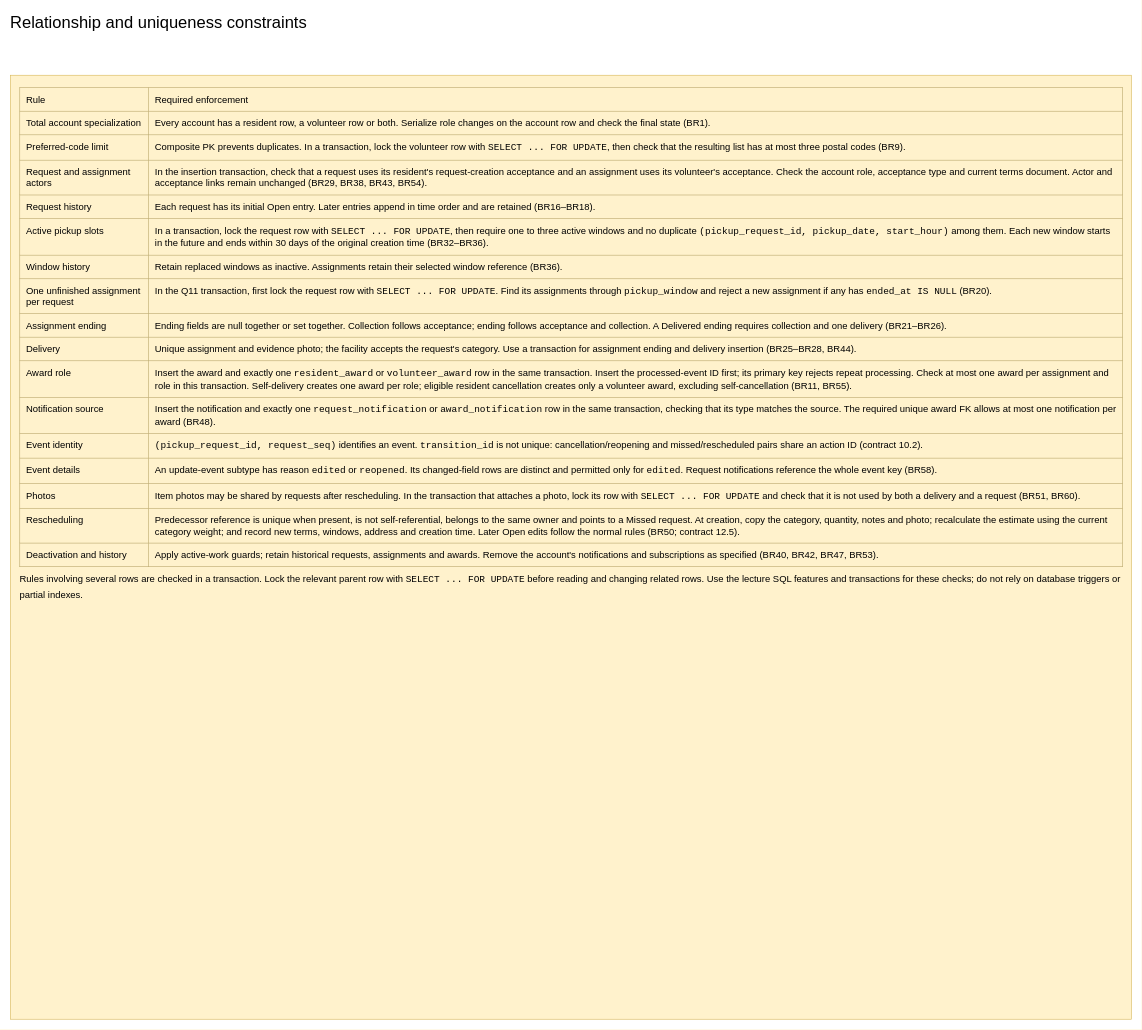
Above: page "Relationship and uniqueness constraints" (5 of 6) of docs/Final Submission/ENSF608/2. Logical model/Logical Database Model.drawio in dannydufau/ecocollect (draw.io), before the change. Source tidied: cells renumbered, new cells numbered last; positions are measured from the earlier drawing's top-left corner, leaving out a move shared by most shapes. Both pictures are drawn from the tidied source at 59%, with x=0, y=0 at pixel (10, 10).
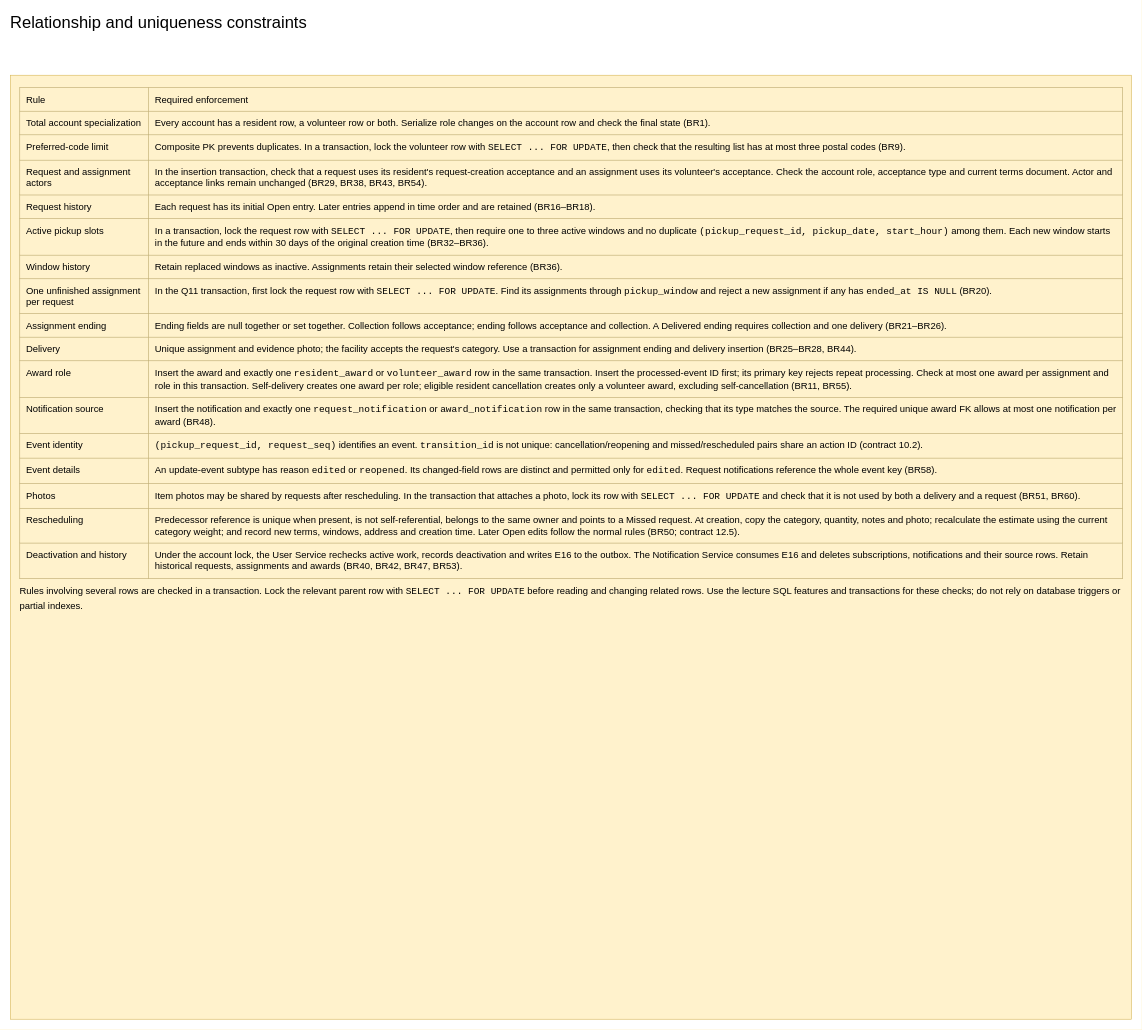
The same diagram, later.

Commit message (it also covers changes not shown here):
Align ENSF 608 models with the database contract

What changed in the source:
```diff
@@
 <mxGraphModel>
   <root>
     <mxCell id="0" />
     <mxCell id="1" parent="0" />
     <mxCell id="2" value="Relationship and uniqueness constraints" style="text;html=1;whiteSpace=wrap;align=left;verticalAlign=top;fontFamily=Helvetica;fontSize=28;fontColor=#000000;spacing=0;" parent="1" vertex="1">
       <mxGeometry width="1850" height="70" as="geometry" />
     </mxCell>
-    <mxCell id="3" value="&lt;table style=&quot;width:100%;border-collapse:collapse;font-size:16px&quot;&gt;&lt;tr&gt;&lt;td style=&quot;border:1px solid #b9a76c;padding:10px;vertical-align:top&quot;&gt;Rule&lt;/td&gt;&lt;td style=&quot;border:1px solid #b9a76c;padding:10px;vertical-align:top&quot;&gt;Required enforcement&lt;/td&gt;&lt;/tr&gt;&lt;tr&gt;&lt;td style=&quot;border:1px solid #b9a76c;padding:10px;vertical-align:top&quot;&gt;Total account specialization&lt;/td&gt;&lt;td style=&quot;border:1px solid #b9a76c;padding:10px;vertical-align:top&quot;&gt;Every account has a resident row, a volunteer row or both. Serialize role changes on the account row and check the final state (BR1).&lt;/td&gt;&lt;/tr&gt;&lt;tr&gt;&lt;td style=&quot;border:1px solid #b9a76c;padding:10px;vertical-align:top&quot;&gt;Preferred-code limit&lt;/td&gt;&lt;td style=&quot;border:1px solid #b9a76c;padding:10px;vertical-align:top&quot;&gt;Composite PK prevents duplicates. In a transaction, lock the volunteer row with &lt;code&gt;SELECT ... FOR UPDATE&lt;/code&gt;, then check that the resulting list has at most three postal codes (BR9).&lt;/td&gt;&lt;/tr&gt;&lt;tr&gt;&lt;td style=&quot;border:1px solid #b9a76c;padding:10px;vertical-align:top&quot;&gt;Request and assignment actors&lt;/td&gt;&lt;td style=&quot;border:1px solid #b9a76c;padding:10px;vertical-align:top&quot;&gt;In the insertion transaction, check that a request uses its resident&amp;#x27;s request-creation acceptance and an assignment uses its volunteer&amp;#x27;s acceptance. Check the account role, acceptance type and current terms document. Actor and acceptance links remain unchanged (BR29, BR38, BR43, BR54).&lt;/td&gt;&lt;/tr&gt;&lt;tr&gt;&lt;td style=&quot;border:1px solid #b9a76c;padding:10px;vertical-align:top&quot;&gt;Request history&lt;/td&gt;&lt;td style=&quot;border:1px solid #b9a76c;padding:10px;vertical-align:top&quot;&gt;Each request has its initial Open entry. Later entries append in time order and are retained (BR16–BR18).&lt;/td&gt;&lt;/tr&gt;&lt;tr&gt;&lt;td style=&quot;border:1px solid #b9a76c;padding:10px;vertical-align:top&quot;&gt;Active pickup slots&lt;/td&gt;&lt;td style=&quot;border:1px solid #b9a76c;padding:10px;vertical-align:top&quot;&gt;In a transaction, lock the request row with &lt;code&gt;SELECT ... FOR UPDATE&lt;/code&gt;, then require one to three active windows and no duplicate &lt;code&gt;(pickup_request_id, pickup_date, start_hour)&lt;/code&gt; among them. Each new window starts in the future and ends within 30 days of the original creation time (BR32–BR36).&lt;/td&gt;&lt;/tr&gt;&lt;tr&gt;&lt;td style=&quot;border:1px solid #b9a76c;padding:10px;vertical-align:top&quot;&gt;Window history&lt;/td&gt;&lt;td style=&quot;border:1px solid #b9a76c;padding:10px;vertical-align:top&quot;&gt;Retain replaced windows as inactive. Assignments retain their selected window reference (BR36).&lt;/td&gt;&lt;/tr&gt;&lt;tr&gt;&lt;td style=&quot;border:1px solid #b9a76c;padding:10px;vertical-align:top&quot;&gt;One unfinished assignment per request&lt;/td&gt;&lt;td style=&quot;border:1px solid #b9a76c;padding:10px;vertical-align:top&quot;&gt;In the Q11 transaction, first lock the request row with &lt;code&gt;SELECT ... FOR UPDATE&lt;/code&gt;. Find its assignments through &lt;code&gt;pickup_window&lt;/code&gt; and reject a new assignment if any has &lt;code&gt;ended_at IS NULL&lt;/code&gt; (BR20).&lt;/td&gt;&lt;/tr&gt;&lt;tr&gt;&lt;td style=&quot;border:1px solid #b9a76c;padding:10px;vertical-align:top&quot;&gt;Assignment ending&lt;/td&gt;&lt;td style=&quot;border:1px solid #b9a76c;padding:10px;vertical-align:top&quot;&gt;Ending fields are null together or set together. Collection follows acceptance; ending follows acceptance and collection. A Delivered ending requires collection and one delivery (BR21–BR26).&lt;/td&gt;&lt;/tr&gt;&lt;tr&gt;&lt;td style=&quot;border:1px solid #b9a76c;padding:10px;vertical-align:top&quot;&gt;Delivery&lt;/td&gt;&lt;td style=&quot;border:1px solid #b9a76c;padding:10px;vertical-align:top&quot;&gt;Unique assignment and evidence photo; the facility accepts the request&amp;#x27;s category. Use a transaction for assignment ending and delivery insertion (BR25–BR28, BR44).&lt;/td&gt;&lt;/tr&gt;&lt;tr&gt;&lt;td style=&quot;border:1px solid #b9a76c;padding:10px;vertical-align:top&quot;&gt;Award role&lt;/td&gt;&lt;td style=&quot;border:1px solid #b9a76c;padding:10px;vertical-align:top&quot;&gt;Insert the award and exactly one &lt;code&gt;resident_award&lt;/code&gt; or &lt;code&gt;volunteer_award&lt;/code&gt; row in the same transaction. Insert the processed-event ID first; its primary key rejects repeat processing. Check at most one award per assignment and role in this transaction. Self-delivery creates one award per role; eligible resident cancellation creates only a volunteer award, excluding self-cancellation (BR11, BR55).&lt;/td&gt;&lt;/tr&gt;&lt;tr&gt;&lt;td style=&quot;border:1px solid #b9a76c;padding:10px;vertical-align:top&quot;&gt;Notification source&lt;/td&gt;&lt;td style=&quot;border:1px solid #b9a76c;padding:10px;vertical-align:top&quot;&gt;Insert the notification and exactly one &lt;code&gt;request_notification&lt;/code&gt; or &lt;code&gt;award_notification&lt;/code&gt; row in the same transaction, checking that its type matches the source. The required unique award FK allows at most one notification per award (BR48).&lt;/td&gt;&lt;/tr&gt;&lt;tr&gt;&lt;td style=&quot;border:1px solid #b9a76c;padding:10px;vertical-align:top&quot;&gt;Event identity&lt;/td&gt;&lt;td style=&quot;border:1px solid #b9a76c;padding:10px;vertical-align:top&quot;&gt;&lt;code&gt;(pickup_request_id, request_seq)&lt;/code&gt; identifies an event. &lt;code&gt;transition_id&lt;/code&gt; is not unique: cancellation/reopening and missed/rescheduled pairs share an action ID (contract 10.2).&lt;/td&gt;&lt;/tr&gt;&lt;tr&gt;&lt;td style=&quot;border:1px solid #b9a76c;padding:10px;vertical-align:top&quot;&gt;Event details&lt;/td&gt;&lt;td style=&quot;border:1px solid #b9a76c;padding:10px;vertical-align:top&quot;&gt;An update-event subtype has reason &lt;code&gt;edited&lt;/code&gt; or &lt;code&gt;reopened&lt;/code&gt;. Its changed-field rows are distinct and permitted only for &lt;code&gt;edited&lt;/code&gt;. Request notifications reference the whole event key (BR58).&lt;/td&gt;&lt;/tr&gt;&lt;tr&gt;&lt;td style=&quot;border:1px solid #b9a76c;padding:10px;vertical-align:top&quot;&gt;Photos&lt;/td&gt;&lt;td style=&quot;border:1px solid #b9a76c;padding:10px;vertical-align:top&quot;&gt;Item photos may be shared by requests after rescheduling. In the transaction that attaches a photo, lock its row with &lt;code&gt;SELECT ... FOR UPDATE&lt;/code&gt; and check that it is not used by both a delivery and a request (BR51, BR60).&lt;/td&gt;&lt;/tr&gt;&lt;tr&gt;&lt;td style=&quot;border:1px solid #b9a76c;padding:10px;vertical-align:top&quot;&gt;Rescheduling&lt;/td&gt;&lt;td style=&quot;border:1px solid #b9a76c;padding:10px;vertical-align:top&quot;&gt;Predecessor reference is unique when present, is not self-referential, belongs to the same owner and points to a Missed request. At creation, copy the category, quantity, notes and photo; recalculate the estimate using the current category weight; and record new terms, windows, address and creation time. Later Open edits follow the normal rules (BR50; contract 12.5).&lt;/td&gt;&lt;/tr&gt;&lt;tr&gt;&lt;td style=&quot;border:1px solid #b9a76c;padding:10px;vertical-align:top&quot;&gt;Deactivation and history&lt;/td&gt;&lt;td style=&quot;border:1px solid #b9a76c;padding:10px;vertical-align:top&quot;&gt;Apply active-work guards; retain historical requests, assignments and awards. Remove the account&amp;#x27;s notifications and subscriptions as specified (BR40, BR42, BR47, BR53).&lt;/td&gt;&lt;/tr&gt;&lt;/table&gt;&lt;p style=&quot;line-height:1.45;margin:9px 0&quot;&gt;Rules involving several rows are checked in a transaction. Lock the relevant parent row with &lt;code&gt;SELECT ... FOR UPDATE&lt;/code&gt; before reading and changing related rows. Use the lecture SQL features and transactions for these checks; do not rely on database triggers or partial indexes.&lt;/p&gt;" style="whiteSpace=wrap;html=1;fillColor=#fff2cc;strokeColor=#d6b656;align=left;verticalAlign=top;spacing=16;fontFamily=Helvetica;fontSize=16;fontColor=#000000;" parent="1" vertex="1">
+    <mxCell id="3" value="&lt;table style=&quot;width:100%;border-collapse:collapse;font-size:16px&quot;&gt;&lt;tr&gt;&lt;td style=&quot;border:1px solid #b9a76c;padding:10px;vertical-align:top&quot;&gt;Rule&lt;/td&gt;&lt;td style=&quot;border:1px solid #b9a76c;padding:10px;vertical-align:top&quot;&gt;Required enforcement&lt;/td&gt;&lt;/tr&gt;&lt;tr&gt;&lt;td style=&quot;border:1px solid #b9a76c;padding:10px;vertical-align:top&quot;&gt;Total account specialization&lt;/td&gt;&lt;td style=&quot;border:1px solid #b9a76c;padding:10px;vertical-align:top&quot;&gt;Every account has a resident row, a volunteer row or both. Serialize role changes on the account row and check the final state (BR1).&lt;/td&gt;&lt;/tr&gt;&lt;tr&gt;&lt;td style=&quot;border:1px solid #b9a76c;padding:10px;vertical-align:top&quot;&gt;Preferred-code limit&lt;/td&gt;&lt;td style=&quot;border:1px solid #b9a76c;padding:10px;vertical-align:top&quot;&gt;Composite PK prevents duplicates. In a transaction, lock the volunteer row with &lt;code&gt;SELECT ... FOR UPDATE&lt;/code&gt;, then check that the resulting list has at most three postal codes (BR9).&lt;/td&gt;&lt;/tr&gt;&lt;tr&gt;&lt;td style=&quot;border:1px solid #b9a76c;padding:10px;vertical-align:top&quot;&gt;Request and assignment actors&lt;/td&gt;&lt;td style=&quot;border:1px solid #b9a76c;padding:10px;vertical-align:top&quot;&gt;In the insertion transaction, check that a request uses its resident&amp;#x27;s request-creation acceptance and an assignment uses its volunteer&amp;#x27;s acceptance. Check the account role, acceptance type and current terms document. Actor and acceptance links remain unchanged (BR29, BR38, BR43, BR54).&lt;/td&gt;&lt;/tr&gt;&lt;tr&gt;&lt;td style=&quot;border:1px solid #b9a76c;padding:10px;vertical-align:top&quot;&gt;Request history&lt;/td&gt;&lt;td style=&quot;border:1px solid #b9a76c;padding:10px;vertical-align:top&quot;&gt;Each request has its initial Open entry. Later entries append in time order and are retained (BR16–BR18).&lt;/td&gt;&lt;/tr&gt;&lt;tr&gt;&lt;td style=&quot;border:1px solid #b9a76c;padding:10px;vertical-align:top&quot;&gt;Active pickup slots&lt;/td&gt;&lt;td style=&quot;border:1px solid #b9a76c;padding:10px;vertical-align:top&quot;&gt;In a transaction, lock the request row with &lt;code&gt;SELECT ... FOR UPDATE&lt;/code&gt;, then require one to three active windows and no duplicate &lt;code&gt;(pickup_request_id, pickup_date, start_hour)&lt;/code&gt; among them. Each new window starts in the future and ends within 30 days of the original creation time (BR32–BR36).&lt;/td&gt;&lt;/tr&gt;&lt;tr&gt;&lt;td style=&quot;border:1px solid #b9a76c;padding:10px;vertical-align:top&quot;&gt;Window history&lt;/td&gt;&lt;td style=&quot;border:1px solid #b9a76c;padding:10px;vertical-align:top&quot;&gt;Retain replaced windows as inactive. Assignments retain their selected window reference (BR36).&lt;/td&gt;&lt;/tr&gt;&lt;tr&gt;&lt;td style=&quot;border:1px solid #b9a76c;padding:10px;vertical-align:top&quot;&gt;One unfinished assignment per request&lt;/td&gt;&lt;td style=&quot;border:1px solid #b9a76c;padding:10px;vertical-align:top&quot;&gt;In the Q11 transaction, first lock the request row with &lt;code&gt;SELECT ... FOR UPDATE&lt;/code&gt;. Find its assignments through &lt;code&gt;pickup_window&lt;/code&gt; and reject a new assignment if any has &lt;code&gt;ended_at IS NULL&lt;/code&gt; (BR20).&lt;/td&gt;&lt;/tr&gt;&lt;tr&gt;&lt;td style=&quot;border:1px solid #b9a76c;padding:10px;vertical-align:top&quot;&gt;Assignment ending&lt;/td&gt;&lt;td style=&quot;border:1px solid #b9a76c;padding:10px;vertical-align:top&quot;&gt;Ending fields are null together or set together. Collection follows acceptance; ending follows acceptance and collection. A Delivered ending requires collection and one delivery (BR21–BR26).&lt;/td&gt;&lt;/tr&gt;&lt;tr&gt;&lt;td style=&quot;border:1px solid #b9a76c;padding:10px;vertical-align:top&quot;&gt;Delivery&lt;/td&gt;&lt;td style=&quot;border:1px solid #b9a76c;padding:10px;vertical-align:top&quot;&gt;Unique assignment and evidence photo; the facility accepts the request&amp;#x27;s category. Use a transaction for assignment ending and delivery insertion (BR25–BR28, BR44).&lt;/td&gt;&lt;/tr&gt;&lt;tr&gt;&lt;td style=&quot;border:1px solid #b9a76c;padding:10px;vertical-align:top&quot;&gt;Award role&lt;/td&gt;&lt;td style=&quot;border:1px solid #b9a76c;padding:10px;vertical-align:top&quot;&gt;Insert the award and exactly one &lt;code&gt;resident_award&lt;/code&gt; or &lt;code&gt;volunteer_award&lt;/code&gt; row in the same transaction. Insert the processed-event ID first; its primary key rejects repeat processing. Check at most one award per assignment and role in this transaction. Self-delivery creates one award per role; eligible resident cancellation creates only a volunteer award, excluding self-cancellation (BR11, BR55).&lt;/td&gt;&lt;/tr&gt;&lt;tr&gt;&lt;td style=&quot;border:1px solid #b9a76c;padding:10px;vertical-align:top&quot;&gt;Notification source&lt;/td&gt;&lt;td style=&quot;border:1px solid #b9a76c;padding:10px;vertical-align:top&quot;&gt;Insert the notification and exactly one &lt;code&gt;request_notification&lt;/code&gt; or &lt;code&gt;award_notification&lt;/code&gt; row in the same transaction, checking that its type matches the source. The required unique award FK allows at most one notification per award (BR48).&lt;/td&gt;&lt;/tr&gt;&lt;tr&gt;&lt;td style=&quot;border:1px solid #b9a76c;padding:10px;vertical-align:top&quot;&gt;Event identity&lt;/td&gt;&lt;td style=&quot;border:1px solid #b9a76c;padding:10px;vertical-align:top&quot;&gt;&lt;code&gt;(pickup_request_id, request_seq)&lt;/code&gt; identifies an event. &lt;code&gt;transition_id&lt;/code&gt; is not unique: cancellation/reopening and missed/rescheduled pairs share an action ID (contract 10.2).&lt;/td&gt;&lt;/tr&gt;&lt;tr&gt;&lt;td style=&quot;border:1px solid #b9a76c;padding:10px;vertical-align:top&quot;&gt;Event details&lt;/td&gt;&lt;td style=&quot;border:1px solid #b9a76c;padding:10px;vertical-align:top&quot;&gt;An update-event subtype has reason &lt;code&gt;edited&lt;/code&gt; or &lt;code&gt;reopened&lt;/code&gt;. Its changed-field rows are distinct and permitted only for &lt;code&gt;edited&lt;/code&gt;. Request notifications reference the whole event key (BR58).&lt;/td&gt;&lt;/tr&gt;&lt;tr&gt;&lt;td style=&quot;border:1px solid #b9a76c;padding:10px;vertical-align:top&quot;&gt;Photos&lt;/td&gt;&lt;td style=&quot;border:1px solid #b9a76c;padding:10px;vertical-align:top&quot;&gt;Item photos may be shared by requests after rescheduling. In the transaction that attaches a photo, lock its row with &lt;code&gt;SELECT ... FOR UPDATE&lt;/code&gt; and check that it is not used by both a delivery and a request (BR51, BR60).&lt;/td&gt;&lt;/tr&gt;&lt;tr&gt;&lt;td style=&quot;border:1px solid #b9a76c;padding:10px;vertical-align:top&quot;&gt;Rescheduling&lt;/td&gt;&lt;td style=&quot;border:1px solid #b9a76c;padding:10px;vertical-align:top&quot;&gt;Predecessor reference is unique when present, is not self-referential, belongs to the same owner and points to a Missed request. At creation, copy the category, quantity, notes and photo; recalculate the estimate using the current category weight; and record new terms, windows, address and creation time. Later Open edits follow the normal rules (BR50; contract 12.5).&lt;/td&gt;&lt;/tr&gt;&lt;tr&gt;&lt;td style=&quot;border:1px solid #b9a76c;padding:10px;vertical-align:top&quot;&gt;Deactivation and history&lt;/td&gt;&lt;td style=&quot;border:1px solid #b9a76c;padding:10px;vertical-align:top&quot;&gt;Under the account lock, the User Service rechecks active work, records deactivation and writes E16 to the outbox. The Notification Service consumes E16 and deletes subscriptions, notifications and their source rows. Retain historical requests, assignments and awards (BR40, BR42, BR47, BR53).&lt;/td&gt;&lt;/tr&gt;&lt;/table&gt;&lt;p style=&quot;line-height:1.45;margin:9px 0&quot;&gt;Rules involving several rows are checked in a transaction. Lock the relevant parent row with &lt;code&gt;SELECT ... FOR UPDATE&lt;/code&gt; before reading and changing related rows. Use the lecture SQL features and transactions for these checks; do not rely on database triggers or partial indexes.&lt;/p&gt;" style="whiteSpace=wrap;html=1;fillColor=#fff2cc;strokeColor=#d6b656;align=left;verticalAlign=top;spacing=16;fontFamily=Helvetica;fontSize=16;fontColor=#000000;" parent="1" vertex="1">
       <mxGeometry y="110" width="1900" height="1600" as="geometry" />
     </mxCell>
   </root>
 </mxGraphModel>
```
